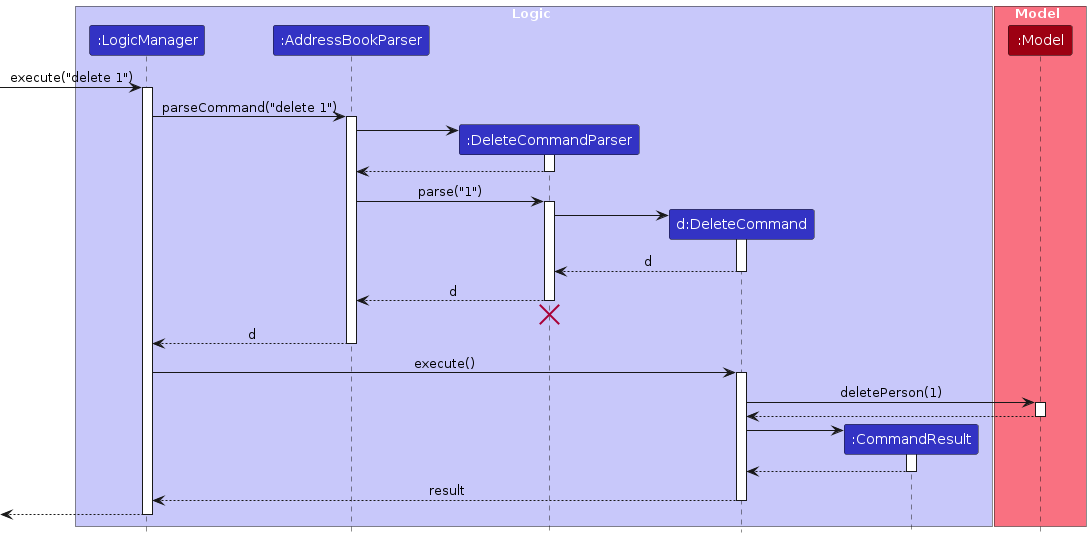
Earlier version of the PlantUML export diagrams/DeleteSequenceDiagram.png (keaganpzh/tp). Its source is kept beside it as diagrams/DeleteSequenceDiagram.puml. Its diagram source:
```plantuml
@startuml
!include style.puml
skinparam ArrowFontStyle plain

box Logic LOGIC_COLOR_T1
participant ":LogicManager" as LogicManager LOGIC_COLOR
participant ":AddressBookParser" as AddressBookParser LOGIC_COLOR
participant ":DeleteCommandParser" as DeleteCommandParser LOGIC_COLOR
participant "d:DeleteCommand" as DeleteCommand LOGIC_COLOR
participant ":CommandResult" as CommandResult LOGIC_COLOR
end box

box Model MODEL_COLOR_T1
participant ":Model" as Model MODEL_COLOR
end box

[-> LogicManager : execute("delete 1")
activate LogicManager

LogicManager -> AddressBookParser : parseCommand("delete 1")
activate AddressBookParser

create DeleteCommandParser
AddressBookParser -> DeleteCommandParser
activate DeleteCommandParser

DeleteCommandParser --> AddressBookParser
deactivate DeleteCommandParser

AddressBookParser -> DeleteCommandParser : parse("1")
activate DeleteCommandParser

create DeleteCommand
DeleteCommandParser -> DeleteCommand
activate DeleteCommand

DeleteCommand --> DeleteCommandParser : d
deactivate DeleteCommand

DeleteCommandParser --> AddressBookParser : d
deactivate DeleteCommandParser
DeleteCommandParser -[hidden]-> AddressBookParser
destroy DeleteCommandParser

AddressBookParser --> LogicManager : d
deactivate AddressBookParser

LogicManager -> DeleteCommand : execute()
activate DeleteCommand

DeleteCommand -> Model : deletePerson(1)
activate Model

Model --> DeleteCommand
deactivate Model

create CommandResult
DeleteCommand -> CommandResult
activate CommandResult

CommandResult --> DeleteCommand
deactivate CommandResult

DeleteCommand --> LogicManager : result
deactivate DeleteCommand

[<--LogicManager
deactivate LogicManager
@enduml
```
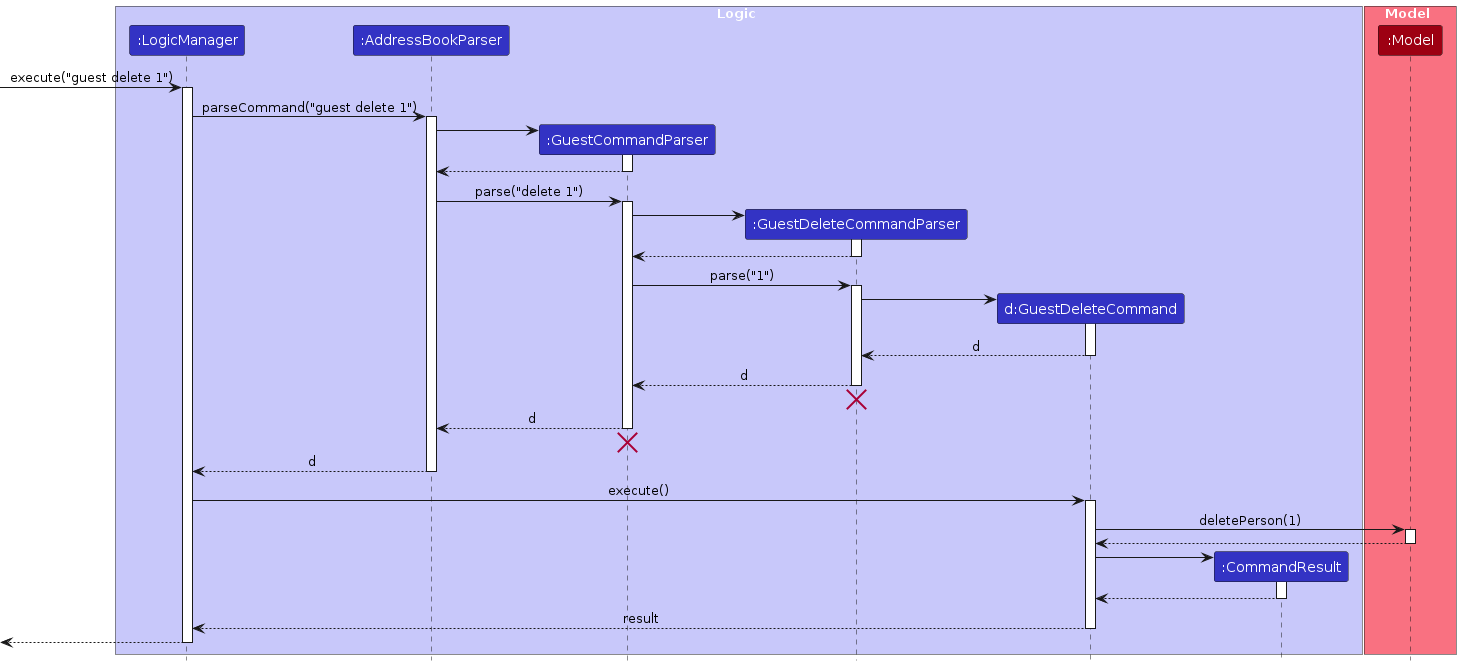
The same diagram one commit later.

Change to the diagram source:
```diff
@@ -5,8 +5,9 @@
 box Logic LOGIC_COLOR_T1
 participant ":LogicManager" as LogicManager LOGIC_COLOR
 participant ":AddressBookParser" as AddressBookParser LOGIC_COLOR
-participant ":DeleteCommandParser" as DeleteCommandParser LOGIC_COLOR
-participant "d:DeleteCommand" as DeleteCommand LOGIC_COLOR
+participant ":GuestCommandParser" as GuestCommandParser LOGIC_COLOR
+participant ":GuestDeleteCommandParser" as GuestDeleteCommandParser LOGIC_COLOR
+participant "d:GuestDeleteCommand" as GuestDeleteCommand LOGIC_COLOR
 participant ":CommandResult" as CommandResult LOGIC_COLOR
 end box
 
@@ -14,55 +15,70 @@
 participant ":Model" as Model MODEL_COLOR
 end box
 
-[-> LogicManager : execute("delete 1")
+[-> LogicManager : execute("guest delete 1")
 activate LogicManager
 
-LogicManager -> AddressBookParser : parseCommand("delete 1")
+LogicManager -> AddressBookParser : parseCommand("guest delete 1")
 activate AddressBookParser
 
-create DeleteCommandParser
-AddressBookParser -> DeleteCommandParser
-activate DeleteCommandParser
+create GuestCommandParser
+AddressBookParser -> GuestCommandParser
+activate GuestCommandParser
 
-DeleteCommandParser --> AddressBookParser
-deactivate DeleteCommandParser
+GuestCommandParser --> AddressBookParser
+deactivate GuestCommandParser
 
-AddressBookParser -> DeleteCommandParser : parse("1")
-activate DeleteCommandParser
+AddressBookParser -> GuestCommandParser : parse("delete 1")
+activate GuestCommandParser
 
-create DeleteCommand
-DeleteCommandParser -> DeleteCommand
-activate DeleteCommand
+create GuestDeleteCommandParser
+GuestCommandParser -> GuestDeleteCommandParser
+activate GuestDeleteCommandParser
 
-DeleteCommand --> DeleteCommandParser : d
-deactivate DeleteCommand
+GuestDeleteCommandParser --> GuestCommandParser
+deactivate GuestDeleteCommandParser
 
-DeleteCommandParser --> AddressBookParser : d
-deactivate DeleteCommandParser
-DeleteCommandParser -[hidden]-> AddressBookParser
-destroy DeleteCommandParser
+GuestCommandParser -> GuestDeleteCommandParser : parse("1")
+activate GuestDeleteCommandParser
+
+create GuestDeleteCommand
+GuestDeleteCommandParser -> GuestDeleteCommand
+activate GuestDeleteCommand
+
+GuestDeleteCommand --> GuestDeleteCommandParser : d
+deactivate GuestDeleteCommand
+
+GuestDeleteCommandParser --> GuestCommandParser : d
+deactivate GuestDeleteCommandParser
+GuestDeleteCommandParser -[hidden]-> GuestCommandParser
+destroy GuestDeleteCommandParser
+
+GuestCommandParser --> AddressBookParser : d
+deactivate GuestCommandParser
+GuestCommandParser -[hidden]-> AddressBookParser
+destroy GuestCommandParser
 
 AddressBookParser --> LogicManager : d
 deactivate AddressBookParser
 
-LogicManager -> DeleteCommand : execute()
-activate DeleteCommand
+LogicManager -> GuestDeleteCommand : execute()
+activate GuestDeleteCommand
 
-DeleteCommand -> Model : deletePerson(1)
+GuestDeleteCommand -> Model : deletePerson(1)
 activate Model
 
-Model --> DeleteCommand
+Model --> GuestDeleteCommand
 deactivate Model
 
 create CommandResult
-DeleteCommand -> CommandResult
+GuestDeleteCommand -> CommandResult
 activate CommandResult
 
-CommandResult --> DeleteCommand
+CommandResult --> GuestDeleteCommand
 deactivate CommandResult
 
-DeleteCommand --> LogicManager : result
-deactivate DeleteCommand
+GuestDeleteCommand --> LogicManager : result
+deactivate GuestDeleteCommand
 
 [<--LogicManager
 deactivate LogicManager
```
